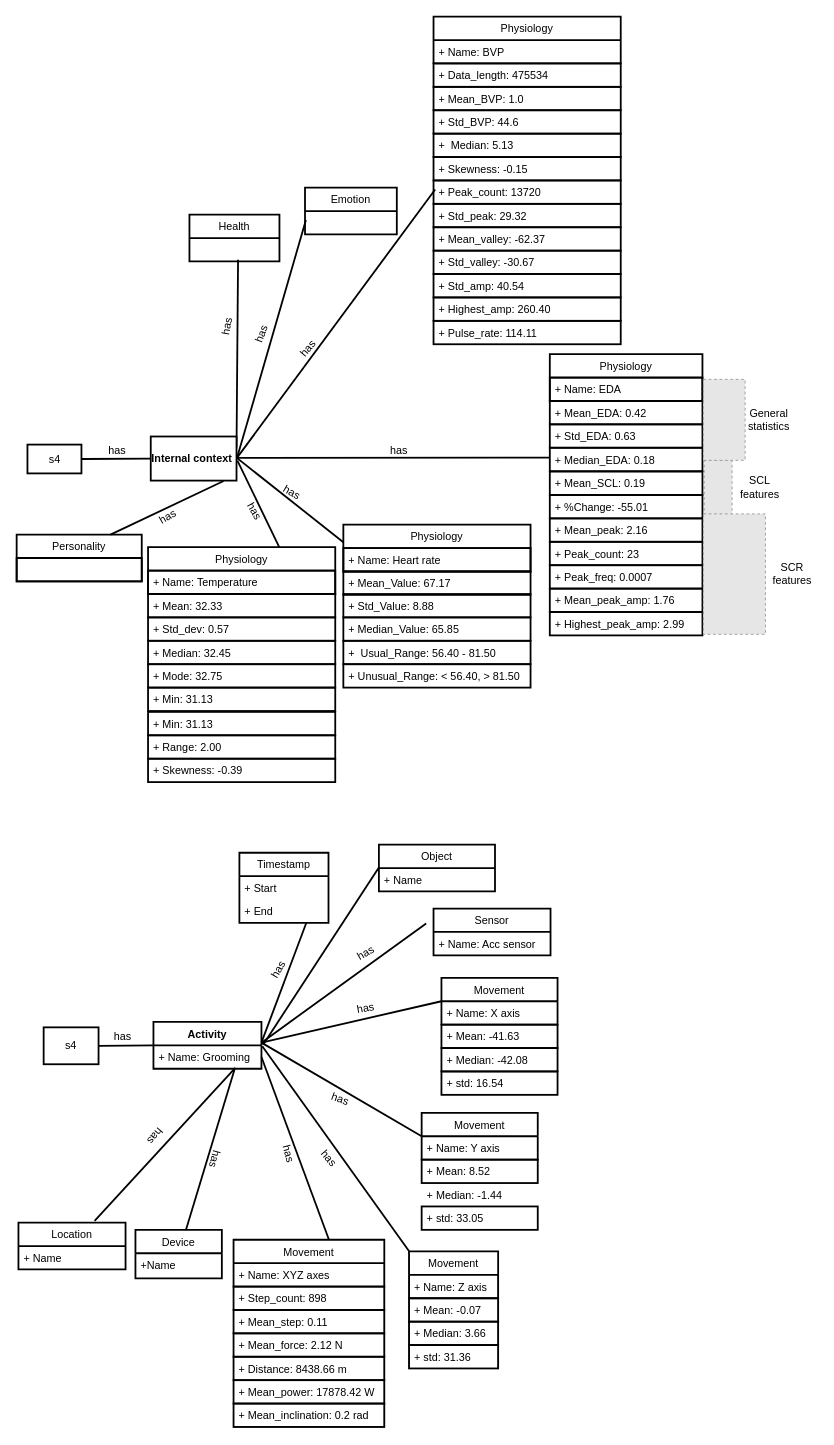
Before: um_article.drawio in oluwande/zmPDSwR, a draw.io diagram. Source tidied: cells renumbered, new cells numbered last; positions are measured from the earlier drawing's top-left corner, leaving out a move shared by most shapes. Both pictures are drawn from the tidied source at 90%, with x=0, y=0 at pixel (16, 16). Pictures stored in the file or linked from it are replaced by grey dashed boxes.
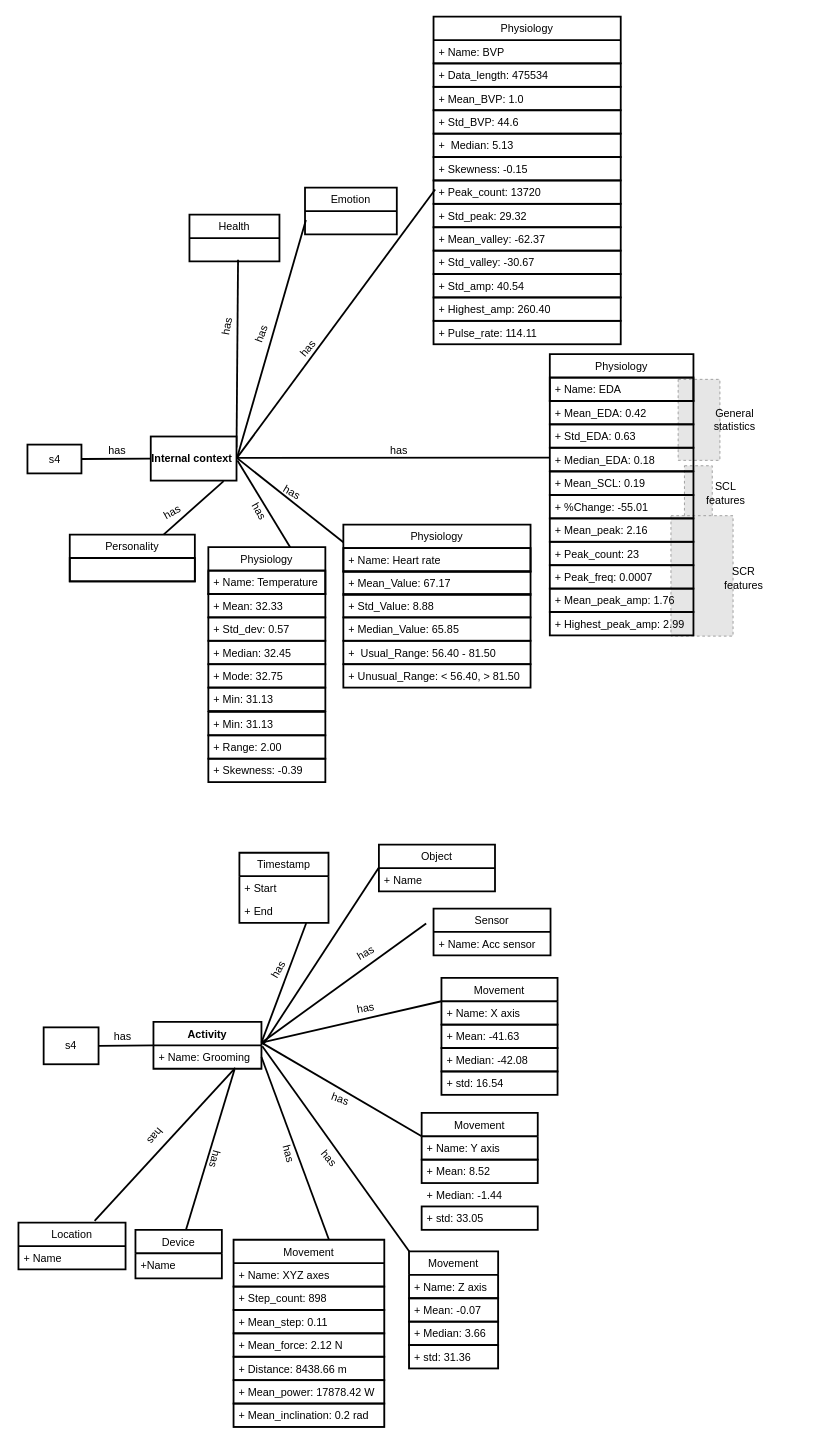
The same diagram, later.

What changed in the source:
```diff
@@
     <mxCell id="15" value="Personality" style="swimlane;fontStyle=0;align=center;verticalAlign=top;horizontal=1;startSize=26;strokeWidth=2;fontSize=12;strokeColor=default;" parent="1" vertex="1">
-      <mxGeometry y="575.5" width="139" height="52" as="geometry" />
+      <mxGeometry x="59" y="575.5" width="139" height="52" as="geometry" />
     </mxCell>
@@
     <mxCell id="21" style="fillColor=#E6E6E6;strokeColor=#999999;dashed=1;verticalLabelPosition=bottom;labelBackgroundColor=default;verticalAlign=top;" parent="1" vertex="1">
-      <mxGeometry x="764" y="493" width="30.9" height="60" as="geometry" />
+      <mxGeometry x="742" y="499" width="30.9" height="60" as="geometry" />
     </mxCell>
-    <mxCell id="22" value="+ %Change: -55.01" style="text;align=left;verticalAlign=top;spacingLeft=4;spacingRight=4;overflow=hidden;strokeWidth=2;fontSize=12;strokeColor=default;" parent="1" vertex="1">
-      <mxGeometry x="592.4" y="531.5" width="169.6" height="26" as="geometry" />
-    </mxCell>
-    <mxCell id="23" value="Physiology" style="swimlane;fontStyle=0;align=center;verticalAlign=top;horizontal=1;startSize=26;strokeWidth=2;fontSize=12;" parent="1" vertex="1">
-      <mxGeometry x="592.4" y="375" width="169.6" height="52" as="geometry" />
-    </mxCell>
-    <mxCell id="24" value="+ Name: EDA" style="text;align=left;verticalAlign=top;spacingLeft=4;spacingRight=4;overflow=hidden;strokeWidth=2;fontSize=12;strokeColor=default;" parent="23" vertex="1">
-      <mxGeometry y="26" width="169.6" height="26" as="geometry" />
-    </mxCell>
-    <mxCell id="25" value="+ Mean_EDA: 0.42" style="text;align=left;verticalAlign=top;spacingLeft=4;spacingRight=4;overflow=hidden;strokeWidth=2;fontSize=12;strokeColor=default;" parent="1" vertex="1">
-      <mxGeometry x="592.4" y="427" width="169.6" height="26" as="geometry" />
-    </mxCell>
-    <mxCell id="26" value="+ Std_EDA: 0.63" style="text;align=left;verticalAlign=top;spacingLeft=4;spacingRight=4;overflow=hidden;strokeWidth=2;fontSize=12;strokeColor=default;" parent="1" vertex="1">
-      <mxGeometry x="592.4" y="453" width="169.6" height="26" as="geometry" />
-    </mxCell>
-    <mxCell id="27" value="+ Median_EDA: 0.18" style="text;align=left;verticalAlign=top;spacingLeft=4;spacingRight=4;overflow=hidden;strokeWidth=2;fontSize=12;strokeColor=default;" parent="1" vertex="1">
-      <mxGeometry x="592.4" y="479" width="169.6" height="26" as="geometry" />
-    </mxCell>
-    <mxCell id="28" value="+ Mean_SCL: 0.19" style="text;align=left;verticalAlign=top;spacingLeft=4;spacingRight=4;overflow=hidden;strokeWidth=2;fontSize=12;strokeColor=default;" parent="1" vertex="1">
-      <mxGeometry x="592.4" y="505.5" width="169.6" height="26" as="geometry" />
-    </mxCell>
-    <mxCell id="29" value="+ Mean_peak: 2.16" style="text;align=left;verticalAlign=top;spacingLeft=4;spacingRight=4;overflow=hidden;strokeWidth=2;fontSize=12;strokeColor=default;" parent="1" vertex="1">
-      <mxGeometry x="592.4" y="557.5" width="169.6" height="26" as="geometry" />
-    </mxCell>
-    <mxCell id="30" value="+ Mean_peak_amp: 1.76" style="text;align=left;verticalAlign=top;spacingLeft=4;spacingRight=4;overflow=hidden;strokeWidth=2;fontSize=12;strokeColor=default;" parent="1" vertex="1">
-      <mxGeometry x="592.4" y="635.5" width="169.6" height="26" as="geometry" />
-    </mxCell>
-    <mxCell id="31" value="+ Highest_peak_amp: 2.99" style="text;align=left;verticalAlign=top;spacingLeft=4;spacingRight=4;overflow=hidden;strokeWidth=2;fontSize=12;strokeColor=default;" parent="1" vertex="1">
-      <mxGeometry x="592.4" y="661.5" width="169.6" height="26" as="geometry" />
-    </mxCell>
-    <mxCell id="32" value="+ Peak_count: 23" style="text;align=left;verticalAlign=top;spacingLeft=4;spacingRight=4;overflow=hidden;strokeWidth=2;fontSize=12;strokeColor=default;" parent="1" vertex="1">
-      <mxGeometry x="592.4" y="583.5" width="169.6" height="26" as="geometry" />
-    </mxCell>
-    <mxCell id="33" value="+ Peak_freq: 0.0007" style="text;align=left;verticalAlign=top;spacingLeft=4;spacingRight=4;overflow=hidden;strokeWidth=2;fontSize=12;strokeColor=default;" parent="1" vertex="1">
-      <mxGeometry x="592.4" y="609.5" width="169.6" height="26" as="geometry" />
-    </mxCell>
     <mxCell id="34" style="fillColor=#E6E6E6;strokeColor=#999999;dashed=1;verticalLabelPosition=bottom;labelBackgroundColor=default;verticalAlign=top;" parent="1" vertex="1">
-      <mxGeometry x="763" y="552.5" width="69" height="133.8" as="geometry" />
+      <mxGeometry x="727" y="554.5" width="69" height="133.8" as="geometry" />
     </mxCell>
     <mxCell id="35" style="fillColor=#E6E6E6;strokeColor=#999999;dashed=1;verticalLabelPosition=bottom;labelBackgroundColor=default;verticalAlign=top;" parent="1" vertex="1">
-      <mxGeometry x="763" y="403" width="46.4" height="90" as="geometry" />
+      <mxGeometry x="735" y="403" width="46.4" height="90" as="geometry" />
     </mxCell>
     <mxCell id="36" value="General statistics" style="text;html=1;align=center;verticalAlign=middle;whiteSpace=wrap;rounded=0;strokeColor=none;" parent="1" vertex="1">
-      <mxGeometry x="806.4" y="433" width="60" height="30" as="geometry" />
+      <mxGeometry x="768.4" y="433" width="60" height="30" as="geometry" />
     </mxCell>
     <mxCell id="37" value="SCL features" style="text;html=1;align=center;verticalAlign=middle;whiteSpace=wrap;rounded=0;strokeColor=none;" parent="1" vertex="1">
-      <mxGeometry x="796.4" y="507.5" width="60" height="30" as="geometry" />
+      <mxGeometry x="758.4" y="514.5" width="60" height="30" as="geometry" />
     </mxCell>
@@
     <mxCell id="59" value="has" style="text;html=1;align=center;verticalAlign=middle;whiteSpace=wrap;rounded=0;fontSize=12;strokeWidth=2;rotation=60;" parent="1" vertex="1">
-      <mxGeometry x="235" y="534.5" width="60" height="30" as="geometry" />
+      <mxGeometry x="240" y="534.5" width="60" height="30" as="geometry" />
     </mxCell>
@@
     <mxCell id="118" value="SCR features" style="text;html=1;align=center;verticalAlign=middle;whiteSpace=wrap;rounded=0;strokeColor=none;" parent="1" vertex="1">
-      <mxGeometry x="832" y="604.4" width="60" height="30" as="geometry" />
+      <mxGeometry x="778" y="609.4" width="60" height="30" as="geometry" />
     </mxCell>
+    <mxCell id="129" style="endArrow=none;html=1;rounded=0;exitX=0.75;exitY=0;exitDx=0;exitDy=0;entryX=0.672;entryY=1.071;entryDx=0;entryDy=0;strokeWidth=2;fontSize=12;entryPerimeter=0;" parent="1" edge="1" source="15">
+      <mxGeometry relative="1" as="geometry">
+        <mxPoint x="230" y="516" as="targetPoint" />
+      </mxGeometry>
+    </mxCell>
+    <mxCell id="130" value="has" style="text;html=1;align=center;verticalAlign=middle;whiteSpace=wrap;rounded=0;fontSize=12;strokeWidth=2;rotation=-30;" parent="1" vertex="1">
+      <mxGeometry x="143" y="535.5" width="60" height="30" as="geometry" />
+    </mxCell>
+    <mxCell id="131" style="group;" parent="1" vertex="1">
+      <mxGeometry x="213" y="589.5" width="130" height="261" as="geometry" />
+    </mxCell>
-    <mxCell id="119" value="Physiology" style="swimlane;fontStyle=0;align=center;verticalAlign=top;horizontal=1;startSize=26;strokeWidth=2;fontSize=12;" parent="1" vertex="1">
-      <mxGeometry x="146" y="589.5" width="208" height="52" as="geometry" />
+    <mxCell id="119" value="Physiology" style="swimlane;fontStyle=0;align=center;verticalAlign=top;horizontal=1;startSize=26;strokeWidth=2;fontSize=12;" parent="131" vertex="1">
+      <mxGeometry width="130" height="52" as="geometry" />
     </mxCell>
     <mxCell id="120" value="+ Name: Temperature" style="text;align=left;verticalAlign=top;spacingLeft=4;spacingRight=4;overflow=hidden;strokeWidth=2;fontSize=12;strokeColor=default;" parent="119" vertex="1">
-      <mxGeometry y="26" width="208" height="26" as="geometry" />
+      <mxGeometry y="26" width="130" height="26" as="geometry" />
     </mxCell>
-    <mxCell id="121" value="+ Mean: 32.33" style="text;align=left;verticalAlign=top;spacingLeft=4;spacingRight=4;overflow=hidden;strokeWidth=2;fontSize=12;strokeColor=default;" parent="1" vertex="1">
-      <mxGeometry x="146" y="641.5" width="208" height="26" as="geometry" />
+    <mxCell id="121" value="+ Mean: 32.33" style="text;align=left;verticalAlign=top;spacingLeft=4;spacingRight=4;overflow=hidden;strokeWidth=2;fontSize=12;strokeColor=default;" parent="131" vertex="1">
+      <mxGeometry y="52" width="130" height="26" as="geometry" />
     </mxCell>
-    <mxCell id="122" value="+ Std_dev: 0.57" style="text;align=left;verticalAlign=top;spacingLeft=4;spacingRight=4;overflow=hidden;strokeWidth=2;fontSize=12;strokeColor=default;" parent="1" vertex="1">
-      <mxGeometry x="146" y="667.5" width="208" height="26" as="geometry" />
+    <mxCell id="122" value="+ Std_dev: 0.57" style="text;align=left;verticalAlign=top;spacingLeft=4;spacingRight=4;overflow=hidden;strokeWidth=2;fontSize=12;strokeColor=default;" parent="131" vertex="1">
+      <mxGeometry y="78" width="130" height="26" as="geometry" />
     </mxCell>
-    <mxCell id="123" value="+ Median: 32.45" style="text;align=left;verticalAlign=top;spacingLeft=4;spacingRight=4;overflow=hidden;strokeWidth=2;fontSize=12;strokeColor=default;" parent="1" vertex="1">
-      <mxGeometry x="146" y="693.5" width="208" height="26" as="geometry" />
+    <mxCell id="123" value="+ Median: 32.45" style="text;align=left;verticalAlign=top;spacingLeft=4;spacingRight=4;overflow=hidden;strokeWidth=2;fontSize=12;strokeColor=default;" parent="131" vertex="1">
+      <mxGeometry y="104" width="130" height="26" as="geometry" />
     </mxCell>
-    <mxCell id="124" value="+ Mode: 32.75" style="text;align=left;verticalAlign=top;spacingLeft=4;spacingRight=4;overflow=hidden;strokeWidth=2;fontSize=12;strokeColor=default;" parent="1" vertex="1">
-      <mxGeometry x="146" y="719.5" width="208" height="26" as="geometry" />
+    <mxCell id="124" value="+ Mode: 32.75" style="text;align=left;verticalAlign=top;spacingLeft=4;spacingRight=4;overflow=hidden;strokeWidth=2;fontSize=12;strokeColor=default;" parent="131" vertex="1">
+      <mxGeometry y="130" width="130" height="26" as="geometry" />
     </mxCell>
-    <mxCell id="125" value="+ Min: 31.13" style="text;align=left;verticalAlign=top;spacingLeft=4;spacingRight=4;overflow=hidden;strokeWidth=2;fontSize=12;strokeColor=default;" parent="1" vertex="1">
-      <mxGeometry x="146" y="745.5" width="208" height="26" as="geometry" />
+    <mxCell id="125" value="+ Min: 31.13" style="text;align=left;verticalAlign=top;spacingLeft=4;spacingRight=4;overflow=hidden;strokeWidth=2;fontSize=12;strokeColor=default;" parent="131" vertex="1">
+      <mxGeometry y="156" width="130" height="26" as="geometry" />
     </mxCell>
-    <mxCell id="126" value="+ Min: 31.13" style="text;align=left;verticalAlign=top;spacingLeft=4;spacingRight=4;overflow=hidden;strokeWidth=2;fontSize=12;strokeColor=default;" parent="1" vertex="1">
-      <mxGeometry x="146" y="772.5" width="208" height="26" as="geometry" />
+    <mxCell id="126" value="+ Min: 31.13" style="text;align=left;verticalAlign=top;spacingLeft=4;spacingRight=4;overflow=hidden;strokeWidth=2;fontSize=12;strokeColor=default;" parent="131" vertex="1">
+      <mxGeometry y="183" width="130" height="26" as="geometry" />
     </mxCell>
-    <mxCell id="127" value="+ Range: 2.00" style="text;align=left;verticalAlign=top;spacingLeft=4;spacingRight=4;overflow=hidden;strokeWidth=2;fontSize=12;strokeColor=default;" parent="1" vertex="1">
-      <mxGeometry x="146" y="798.5" width="208" height="26" as="geometry" />
+    <mxCell id="127" value="+ Range: 2.00" style="text;align=left;verticalAlign=top;spacingLeft=4;spacingRight=4;overflow=hidden;strokeWidth=2;fontSize=12;strokeColor=default;" parent="131" vertex="1">
+      <mxGeometry y="209" width="130" height="26" as="geometry" />
     </mxCell>
-    <mxCell id="128" value="+ Skewness: -0.39" style="text;align=left;verticalAlign=top;spacingLeft=4;spacingRight=4;overflow=hidden;strokeWidth=2;fontSize=12;strokeColor=default;" parent="1" vertex="1">
-      <mxGeometry x="146" y="824.5" width="208" height="26" as="geometry" />
+    <mxCell id="128" value="+ Skewness: -0.39" style="text;align=left;verticalAlign=top;spacingLeft=4;spacingRight=4;overflow=hidden;strokeWidth=2;fontSize=12;strokeColor=default;" parent="131" vertex="1">
+      <mxGeometry y="235" width="130" height="26" as="geometry" />
     </mxCell>
-    <mxCell id="129" style="endArrow=none;html=1;rounded=0;exitX=0.75;exitY=0;exitDx=0;exitDy=0;entryX=0.672;entryY=1.071;entryDx=0;entryDy=0;strokeWidth=2;fontSize=12;entryPerimeter=0;" parent="1" edge="1" source="15">
-      <mxGeometry relative="1" as="geometry">
-        <mxPoint x="230" y="516" as="targetPoint" />
-      </mxGeometry>
-    </mxCell>
-    <mxCell id="130" value="has" style="text;html=1;align=center;verticalAlign=middle;whiteSpace=wrap;rounded=0;fontSize=12;strokeWidth=2;rotation=-30;" parent="1" vertex="1">
-      <mxGeometry x="138" y="540.5" width="60" height="30" as="geometry" />
-    </mxCell>
+    <mxCell id="132" style="group;" parent="1" vertex="1">
+      <mxGeometry x="592.4" y="375" width="159.6" height="312.5" as="geometry" />
+    </mxCell>
+    <mxCell id="22" value="+ %Change: -55.01" style="text;align=left;verticalAlign=top;spacingLeft=4;spacingRight=4;overflow=hidden;strokeWidth=2;fontSize=12;strokeColor=default;" parent="132" vertex="1">
+      <mxGeometry y="156.5" width="159.6" height="26" as="geometry" />
+    </mxCell>
+    <mxCell id="23" value="Physiology" style="swimlane;fontStyle=0;align=center;verticalAlign=top;horizontal=1;startSize=26;strokeWidth=2;fontSize=12;" parent="132" vertex="1">
+      <mxGeometry width="159.6" height="52" as="geometry" />
+    </mxCell>
+    <mxCell id="24" value="+ Name: EDA" style="text;align=left;verticalAlign=top;spacingLeft=4;spacingRight=4;overflow=hidden;strokeWidth=2;fontSize=12;strokeColor=default;" parent="23" vertex="1">
+      <mxGeometry y="26" width="159.6" height="26" as="geometry" />
+    </mxCell>
+    <mxCell id="25" value="+ Mean_EDA: 0.42" style="text;align=left;verticalAlign=top;spacingLeft=4;spacingRight=4;overflow=hidden;strokeWidth=2;fontSize=12;strokeColor=default;" parent="132" vertex="1">
+      <mxGeometry y="52" width="159.6" height="26" as="geometry" />
+    </mxCell>
+    <mxCell id="26" value="+ Std_EDA: 0.63" style="text;align=left;verticalAlign=top;spacingLeft=4;spacingRight=4;overflow=hidden;strokeWidth=2;fontSize=12;strokeColor=default;" parent="132" vertex="1">
+      <mxGeometry y="78" width="159.6" height="26" as="geometry" />
+    </mxCell>
+    <mxCell id="27" value="+ Median_EDA: 0.18" style="text;align=left;verticalAlign=top;spacingLeft=4;spacingRight=4;overflow=hidden;strokeWidth=2;fontSize=12;strokeColor=default;" parent="132" vertex="1">
+      <mxGeometry y="104" width="159.6" height="26" as="geometry" />
+    </mxCell>
+    <mxCell id="28" value="+ Mean_SCL: 0.19" style="text;align=left;verticalAlign=top;spacingLeft=4;spacingRight=4;overflow=hidden;strokeWidth=2;fontSize=12;strokeColor=default;" parent="132" vertex="1">
+      <mxGeometry y="130.5" width="159.6" height="26" as="geometry" />
+    </mxCell>
+    <mxCell id="29" value="+ Mean_peak: 2.16" style="text;align=left;verticalAlign=top;spacingLeft=4;spacingRight=4;overflow=hidden;strokeWidth=2;fontSize=12;strokeColor=default;" parent="132" vertex="1">
+      <mxGeometry y="182.5" width="159.6" height="26" as="geometry" />
+    </mxCell>
+    <mxCell id="30" value="+ Mean_peak_amp: 1.76" style="text;align=left;verticalAlign=top;spacingLeft=4;spacingRight=4;overflow=hidden;strokeWidth=2;fontSize=12;strokeColor=default;" parent="132" vertex="1">
+      <mxGeometry y="260.5" width="159.6" height="26" as="geometry" />
+    </mxCell>
+    <mxCell id="31" value="+ Highest_peak_amp: 2.99" style="text;align=left;verticalAlign=top;spacingLeft=4;spacingRight=4;overflow=hidden;strokeWidth=2;fontSize=12;strokeColor=default;" parent="132" vertex="1">
+      <mxGeometry y="286.5" width="159.6" height="26" as="geometry" />
+    </mxCell>
+    <mxCell id="32" value="+ Peak_count: 23" style="text;align=left;verticalAlign=top;spacingLeft=4;spacingRight=4;overflow=hidden;strokeWidth=2;fontSize=12;strokeColor=default;" parent="132" vertex="1">
+      <mxGeometry y="208.5" width="159.6" height="26" as="geometry" />
+    </mxCell>
+    <mxCell id="33" value="+ Peak_freq: 0.0007" style="text;align=left;verticalAlign=top;spacingLeft=4;spacingRight=4;overflow=hidden;strokeWidth=2;fontSize=12;strokeColor=default;" parent="132" vertex="1">
+      <mxGeometry y="234.5" width="159.6" height="26" as="geometry" />
+    </mxCell>
```
